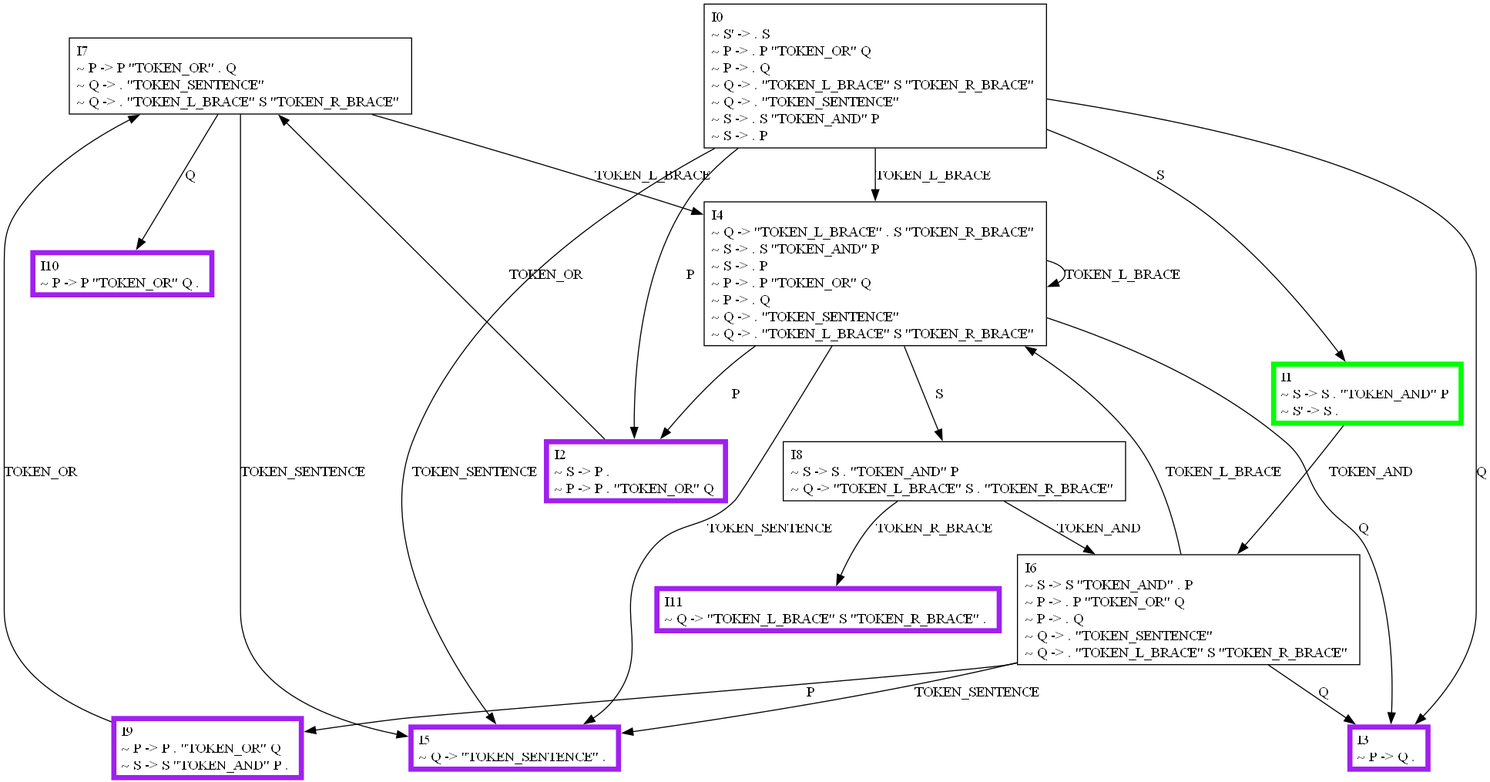
Above: graph/slr.png in MarchMol/syntax_analyzer (Graphviz), before the change. Its source is kept beside it as graph/slr.dot.
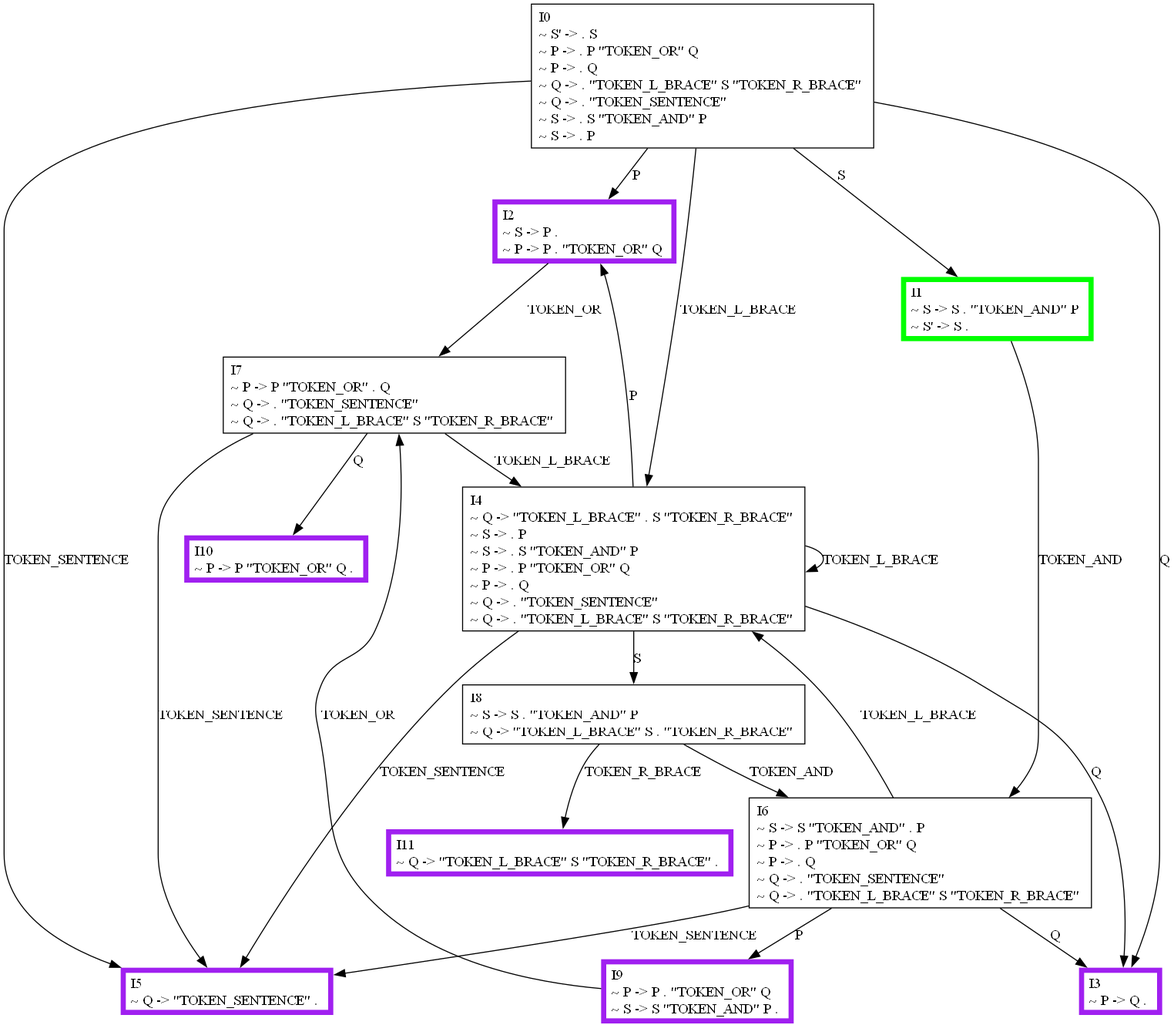
Above is the later version.

Change to the diagram source:
```diff
@@ -1,36 +1,36 @@
 digraph {
-    0 [ label = "I7\l~ P -> P \"TOKEN_OR\" . Q \l~ Q -> . \"TOKEN_SENTENCE\" \l~ Q -> . \"TOKEN_L_BRACE\" S \"TOKEN_R_BRACE\" \l" shape=box]
-    1 [ label = "I8\l~ S -> S . \"TOKEN_AND\" P \l~ Q -> \"TOKEN_L_BRACE\" S . \"TOKEN_R_BRACE\" \l" shape=box]
-    2 [ label = "I2\l~ S -> P . \l~ P -> P . \"TOKEN_OR\" Q \l" shape=box, color=purple, penwidth=5]
-    3 [ label = "I4\l~ Q -> \"TOKEN_L_BRACE\" . S \"TOKEN_R_BRACE\" \l~ S -> . S \"TOKEN_AND\" P \l~ S -> . P \l~ P -> . P \"TOKEN_OR\" Q \l~ P -> . Q \l~ Q -> . \"TOKEN_SENTENCE\" \l~ Q -> . \"TOKEN_L_BRACE\" S \"TOKEN_R_BRACE\" \l" shape=box]
-    4 [ label = "I0\l~ S' -> . S \l~ P -> . P \"TOKEN_OR\" Q \l~ P -> . Q \l~ Q -> . \"TOKEN_L_BRACE\" S \"TOKEN_R_BRACE\" \l~ Q -> . \"TOKEN_SENTENCE\" \l~ S -> . S \"TOKEN_AND\" P \l~ S -> . P \l" shape=box]
-    5 [ label = "I9\l~ P -> P . \"TOKEN_OR\" Q \l~ S -> S \"TOKEN_AND\" P . \l" shape=box, color=purple, penwidth=5]
+    0 [ label = "I2\l~ S -> P . \l~ P -> P . \"TOKEN_OR\" Q \l" shape=box, color=purple, penwidth=5]
+    1 [ label = "I4\l~ Q -> \"TOKEN_L_BRACE\" . S \"TOKEN_R_BRACE\" \l~ S -> . P \l~ S -> . S \"TOKEN_AND\" P \l~ P -> . P \"TOKEN_OR\" Q \l~ P -> . Q \l~ Q -> . \"TOKEN_SENTENCE\" \l~ Q -> . \"TOKEN_L_BRACE\" S \"TOKEN_R_BRACE\" \l" shape=box]
+    2 [ label = "I7\l~ P -> P \"TOKEN_OR\" . Q \l~ Q -> . \"TOKEN_SENTENCE\" \l~ Q -> . \"TOKEN_L_BRACE\" S \"TOKEN_R_BRACE\" \l" shape=box]
+    3 [ label = "I9\l~ P -> P . \"TOKEN_OR\" Q \l~ S -> S \"TOKEN_AND\" P . \l" shape=box, color=purple, penwidth=5]
+    4 [ label = "I8\l~ S -> S . \"TOKEN_AND\" P \l~ Q -> \"TOKEN_L_BRACE\" S . \"TOKEN_R_BRACE\" \l" shape=box]
+    5 [ label = "I6\l~ S -> S \"TOKEN_AND\" . P \l~ P -> . P \"TOKEN_OR\" Q \l~ P -> . Q \l~ Q -> . \"TOKEN_SENTENCE\" \l~ Q -> . \"TOKEN_L_BRACE\" S \"TOKEN_R_BRACE\" \l" shape=box]
     6 [ label = "I1\l~ S -> S . \"TOKEN_AND\" P \l~ S' -> S . \l" shape=box, color=green, penwidth=5]
-    7 [ label = "I6\l~ S -> S \"TOKEN_AND\" . P \l~ P -> . P \"TOKEN_OR\" Q \l~ P -> . Q \l~ Q -> . \"TOKEN_SENTENCE\" \l~ Q -> . \"TOKEN_L_BRACE\" S \"TOKEN_R_BRACE\" \l" shape=box]
-    8 [ label = "I10\l~ P -> P \"TOKEN_OR\" Q . \l" shape=box, color=purple, penwidth=5]
+    7 [ label = "I0\l~ S' -> . S \l~ P -> . P \"TOKEN_OR\" Q \l~ P -> . Q \l~ Q -> . \"TOKEN_L_BRACE\" S \"TOKEN_R_BRACE\" \l~ Q -> . \"TOKEN_SENTENCE\" \l~ S -> . S \"TOKEN_AND\" P \l~ S -> . P \l" shape=box]
+    8 [ label = "I3\l~ P -> Q . \l" shape=box, color=purple, penwidth=5]
     9 [ label = "I5\l~ Q -> \"TOKEN_SENTENCE\" . \l" shape=box, color=purple, penwidth=5]
-    10 [ label = "I11\l~ Q -> \"TOKEN_L_BRACE\" S \"TOKEN_R_BRACE\" . \l" shape=box, color=purple, penwidth=5]
-    11 [ label = "I3\l~ P -> Q . \l" shape=box, color=purple, penwidth=5]
-    0 -> 3 [ label = "TOKEN_L_BRACE" ]
-    0 -> 8 [ label = "Q" ]
-    0 -> 9 [ label = "TOKEN_SENTENCE" ]
-    1 -> 7 [ label = "TOKEN_AND" ]
-    1 -> 10 [ label = "TOKEN_R_BRACE" ]
-    2 -> 0 [ label = "TOKEN_OR" ]
-    3 -> 9 [ label = "TOKEN_SENTENCE" ]
-    3 -> 1 [ label = "S" ]
-    3 -> 11 [ label = "Q" ]
-    3 -> 3 [ label = "TOKEN_L_BRACE" ]
-    3 -> 2 [ label = "P" ]
-    4 -> 2 [ label = "P" ]
-    4 -> 6 [ label = "S" ]
-    4 -> 11 [ label = "Q" ]
-    4 -> 3 [ label = "TOKEN_L_BRACE" ]
-    4 -> 9 [ label = "TOKEN_SENTENCE" ]
-    5 -> 0 [ label = "TOKEN_OR" ]
-    6 -> 7 [ label = "TOKEN_AND" ]
-    7 -> 3 [ label = "TOKEN_L_BRACE" ]
-    7 -> 5 [ label = "P" ]
-    7 -> 11 [ label = "Q" ]
+    10 [ label = "I10\l~ P -> P \"TOKEN_OR\" Q . \l" shape=box, color=purple, penwidth=5]
+    11 [ label = "I11\l~ Q -> \"TOKEN_L_BRACE\" S \"TOKEN_R_BRACE\" . \l" shape=box, color=purple, penwidth=5]
+    0 -> 2 [ label = "TOKEN_OR" ]
+    1 -> 8 [ label = "Q" ]
+    1 -> 4 [ label = "S" ]
+    1 -> 0 [ label = "P" ]
+    1 -> 9 [ label = "TOKEN_SENTENCE" ]
+    1 -> 1 [ label = "TOKEN_L_BRACE" ]
+    2 -> 1 [ label = "TOKEN_L_BRACE" ]
+    2 -> 10 [ label = "Q" ]
+    2 -> 9 [ label = "TOKEN_SENTENCE" ]
+    3 -> 2 [ label = "TOKEN_OR" ]
+    4 -> 11 [ label = "TOKEN_R_BRACE" ]
+    4 -> 5 [ label = "TOKEN_AND" ]
+    5 -> 9 [ label = "TOKEN_SENTENCE" ]
+    5 -> 3 [ label = "P" ]
+    5 -> 8 [ label = "Q" ]
+    5 -> 1 [ label = "TOKEN_L_BRACE" ]
+    6 -> 5 [ label = "TOKEN_AND" ]
+    7 -> 6 [ label = "S" ]
+    7 -> 8 [ label = "Q" ]
+    7 -> 0 [ label = "P" ]
+    7 -> 1 [ label = "TOKEN_L_BRACE" ]
     7 -> 9 [ label = "TOKEN_SENTENCE" ]
 }
```
